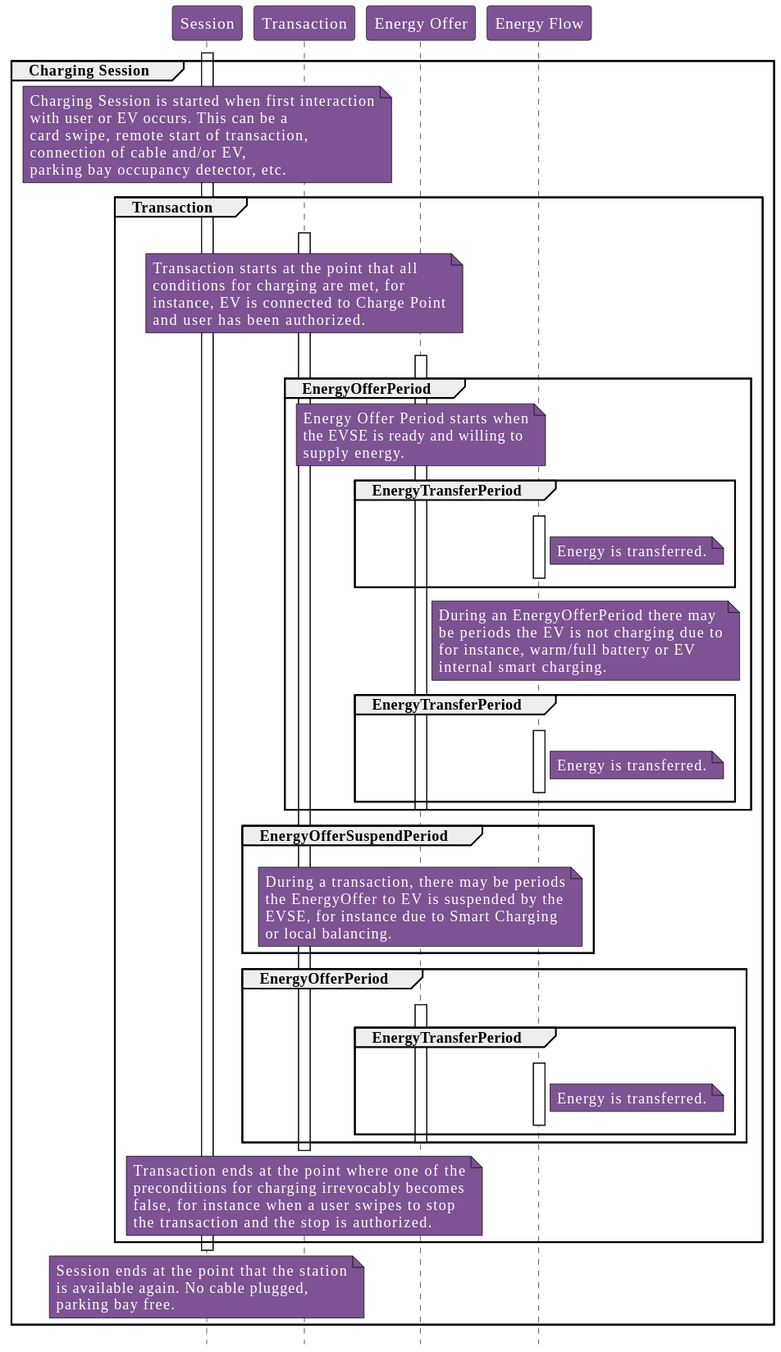
Before: OCPP_1.6_ko/images/figure_5.svg, a diagram exported from PlantUML (phoi5675/ocpp-markdown). The source it was exported from:
```plantuml
@startuml
!include style.puml

participant "Session" as Session
participant "Transaction" as Transaction
participant "Energy Offer" as EnergyOffer
participant "Energy Flow" as EnergyFlow

activate Session

group Charging Session

  note over Session
    Charging Session is started when first interaction
    with user or EV occurs. This can be a
    card swipe, remote start of transaction,
    connection of cable and/or EV,
    parking bay occupancy detector, etc.
  end note

  group Transaction
    Transaction -[hidden]-> Transaction
    activate Transaction
    note over Transaction
      Transaction starts at the point that all
      conditions for charging are met, for
      instance, EV is connected to Charge Point
      and user has been authorized.
    end note

    EnergyOffer -[hidden]-> EnergyOffer
    activate EnergyOffer
    group EnergyOfferPeriod
      note over EnergyOffer
        Energy Offer Period starts when
        the EVSE is ready and willing to
        supply energy.
      end note

    group EnergyTransferPeriod
      EnergyFlow -[hidden]-> EnergyFlow
      activate EnergyFlow
      note right of EnergyFlow
        Energy is transferred.
      end note
      EnergyFlow -[hidden]-> EnergyOffer
      deactivate EnergyFlow
    end
    note right of EnergyOffer
      During an EnergyOfferPeriod there may
      be periods the EV is not charging due to
      for instance, warm/full battery or EV
      internal smart charging.
    end note
    group EnergyTransferPeriod
      EnergyFlow -[hidden]-> EnergyFlow
      activate EnergyFlow
      note right of EnergyFlow
        Energy is transferred.
      end note
      EnergyFlow -[hidden]-> EnergyOffer
      deactivate EnergyFlow
    end
    deactivate EnergyOffer
  end

    group EnergyOfferSuspendPeriod
      Transaction -[hidden]-> EnergyOffer
      note over EnergyOffer
        During a transaction, there may be periods
        the EnergyOffer to EV is suspended by the
        EVSE, for instance due to Smart Charging
        or local balancing.
      end note
    end

    group EnergyOfferPeriod
      Transaction -[hidden]-> Transaction
      activate EnergyOffer
      group EnergyTransferPeriod
        EnergyFlow -[hidden]-> EnergyFlow
        activate EnergyFlow
        note right of EnergyFlow
          Energy is transferred.
        end note
        EnergyFlow -[hidden]-> EnergyOffer
        deactivate EnergyFlow
      end
      deactivate EnergyOffer
    end
    deactivate Transaction

    note over Transaction
      Transaction ends at the point where one of the
      preconditions for charging irrevocably becomes
      false, for instance when a user swipes to stop
      the transaction and the stop is authorized.
    end note
  end
  deactivate Session

  note over Session
    Session ends at the point that the station
    is available again. No cable plugged,
    parking bay free.
  end note
end
@enduml
```
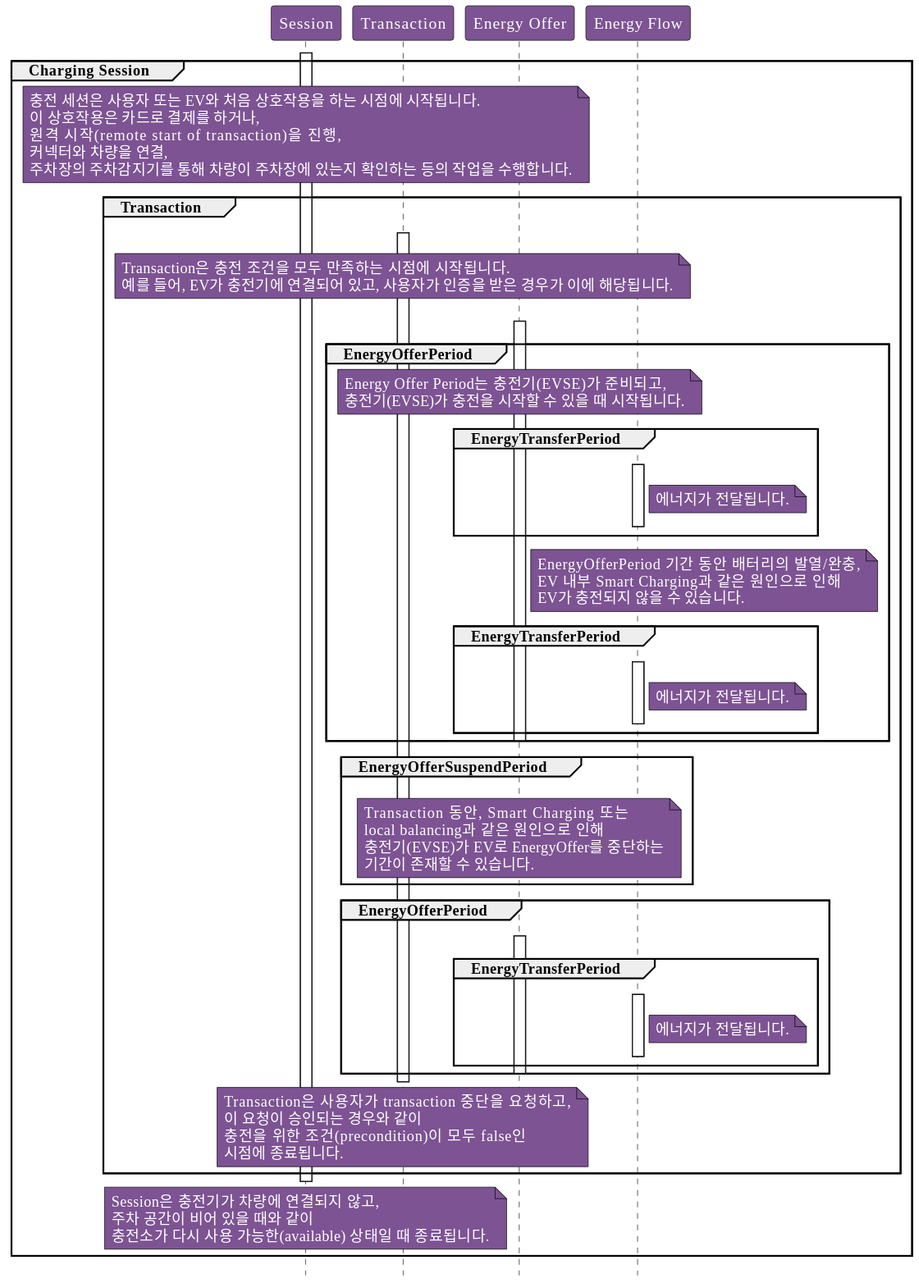
Above is the later version.

Diff of the diagram source:
```diff
@@ -11,52 +11,48 @@
 group Charging Session
 
   note over Session
-    Charging Session is started when first interaction
-    with user or EV occurs. This can be a
-    card swipe, remote start of transaction,
-    connection of cable and/or EV,
-    parking bay occupancy detector, etc.
+    충전 세션은 사용자 또는 EV와 처음 상호작용을 하는 시점에 시작됩니다.
+    이 상호작용은 카드로 결제를 하거나,
+    원격 시작(remote start of transaction)을 진행,
+    커넥터와 차량을 연결,
+    주차장의 주차감지기를 통해 차량이 주차장에 있는지 확인하는 등의 작업을 수행합니다.
   end note
 
   group Transaction
     Transaction -[hidden]-> Transaction
     activate Transaction
     note over Transaction
-      Transaction starts at the point that all
-      conditions for charging are met, for
-      instance, EV is connected to Charge Point
-      and user has been authorized.
+      Transaction은 충전 조건을 모두 만족하는 시점에 시작됩니다.
+      예를 들어, EV가 충전기에 연결되어 있고, 사용자가 인증을 받은 경우가 이에 해당됩니다.
     end note
 
     EnergyOffer -[hidden]-> EnergyOffer
     activate EnergyOffer
     group EnergyOfferPeriod
       note over EnergyOffer
-        Energy Offer Period starts when
-        the EVSE is ready and willing to
-        supply energy.
+        Energy Offer Period는 충전기(EVSE)가 준비되고,
+        충전기(EVSE)가 충전을 시작할 수 있을 때 시작됩니다.
       end note
 
     group EnergyTransferPeriod
       EnergyFlow -[hidden]-> EnergyFlow
       activate EnergyFlow
       note right of EnergyFlow
-        Energy is transferred.
+        에너지가 전달됩니다.
       end note
       EnergyFlow -[hidden]-> EnergyOffer
       deactivate EnergyFlow
     end
     note right of EnergyOffer
-      During an EnergyOfferPeriod there may
-      be periods the EV is not charging due to
-      for instance, warm/full battery or EV
-      internal smart charging.
+      EnergyOfferPeriod 기간 동안 배터리의 발열/완충,
+      EV 내부 Smart Charging과 같은 원인으로 인해
+      EV가 충전되지 않을 수 있습니다.
     end note
     group EnergyTransferPeriod
       EnergyFlow -[hidden]-> EnergyFlow
       activate EnergyFlow
       note right of EnergyFlow
-        Energy is transferred.
+        에너지가 전달됩니다.
       end note
       EnergyFlow -[hidden]-> EnergyOffer
       deactivate EnergyFlow
@@ -67,10 +63,10 @@
     group EnergyOfferSuspendPeriod
       Transaction -[hidden]-> EnergyOffer
       note over EnergyOffer
-        During a transaction, there may be periods
-        the EnergyOffer to EV is suspended by the
-        EVSE, for instance due to Smart Charging
-        or local balancing.
+        Transaction 동안, Smart Charging 또는
+        local balancing과 같은 원인으로 인해
+        충전기(EVSE)가 EV로 EnergyOffer를 중단하는
+        기간이 존재할 수 있습니다.
       end note
     end
 
@@ -81,7 +77,7 @@
         EnergyFlow -[hidden]-> EnergyFlow
         activate EnergyFlow
         note right of EnergyFlow
-          Energy is transferred.
+          에너지가 전달됩니다.
         end note
         EnergyFlow -[hidden]-> EnergyOffer
         deactivate EnergyFlow
@@ -91,18 +87,18 @@
     deactivate Transaction
 
     note over Transaction
-      Transaction ends at the point where one of the
-      preconditions for charging irrevocably becomes
-      false, for instance when a user swipes to stop
-      the transaction and the stop is authorized.
+      Transaction은 사용자가 transaction 중단을 요청하고,
+      이 요청이 승인되는 경우와 같이
+      충전을 위한 조건(precondition)이 모두 false인
+      시점에 종료됩니다.
     end note
   end
   deactivate Session
 
   note over Session
-    Session ends at the point that the station
-    is available again. No cable plugged,
-    parking bay free.
+    Session은 충전기가 차량에 연결되지 않고,
+    주차 공간이 비어 있을 때와 같이
+    충전소가 다시 사용 가능한(available) 상태일 때 종료됩니다.
   end note
 end
 @enduml
```
